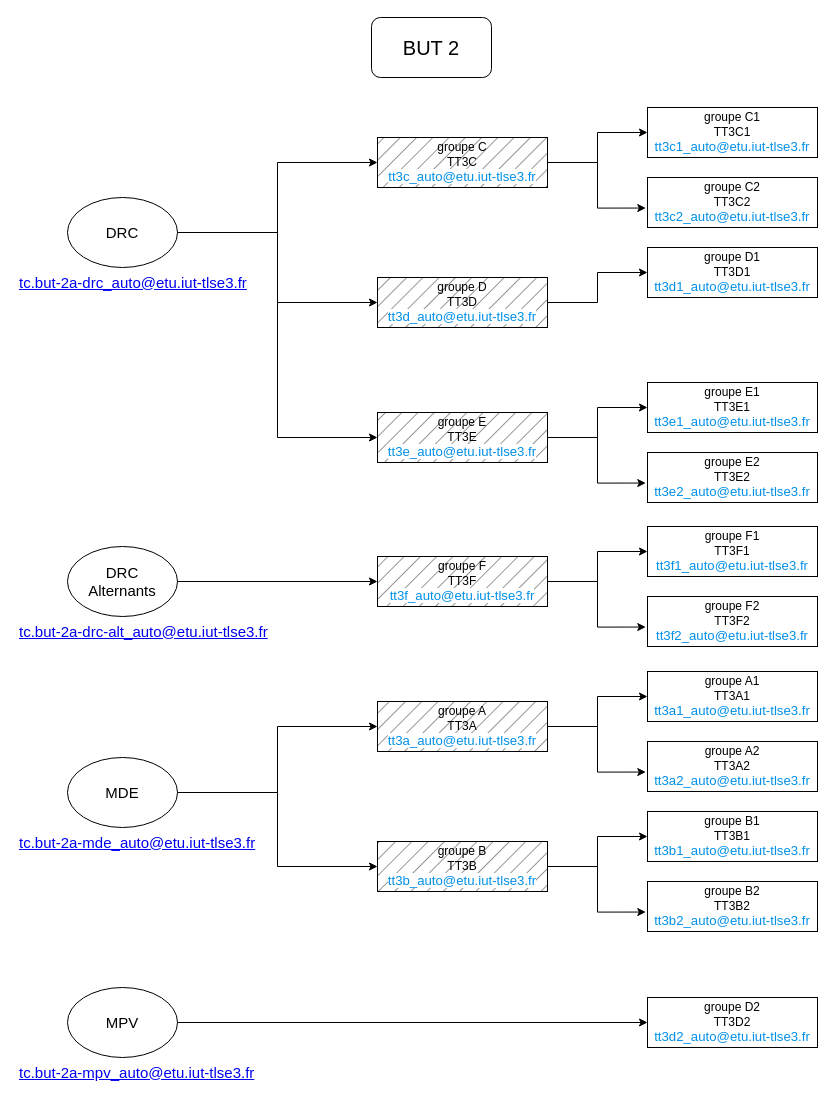
This is BUT2.drawio from gI7DUmmY/diagrams, a draw.io file, before an edit. Source tidied: cells renumbered, new cells numbered last; positions are measured from the earlier drawing's top-left corner, leaving out a move shared by most shapes. Both pictures are drawn from the tidied source at 100%, with x=0, y=0 at pixel (17, 17).
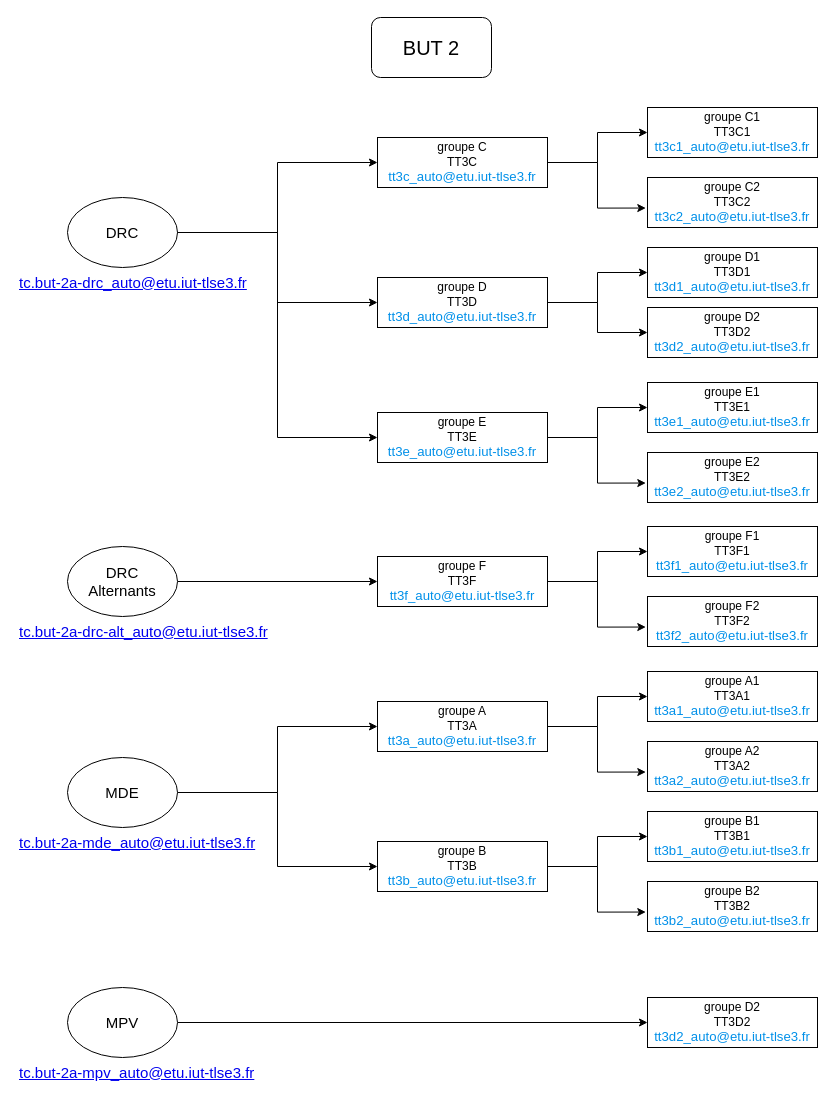
After the change.

Commit message:
Mettre à jour BUT2.drawio

Change to the diagram source:
```diff
@@
-    <mxCell id="15" value="groupe C&lt;br style=&quot;border-color: var(--border-color);&quot;&gt;TT3C&lt;br style=&quot;border-color: var(--border-color);&quot;&gt;&lt;a style=&quot;border: 0px; box-sizing: inherit; font-family: Raleway, sans-serif; font-size: 1.1em; background-color: rgb(255, 255, 255); line-height: inherit; color: rgb(0, 144, 233); text-decoration-line: none; cursor: pointer; margin: 0px; padding: 0px; text-size-adjust: 100%; font-variant-numeric: inherit; font-variant-east-asian: inherit; font-variant-alternates: inherit; font-variant-position: inherit; font-stretch: inherit; font-optical-sizing: inherit; font-kerning: inherit; font-feature-settings: inherit; font-variation-settings: inherit; vertical-align: baseline; transition: background-color 300ms ease-out 0s; -webkit-tap-highlight-color: rgba(0, 0, 0, 0); text-align: left;&quot; href=&quot;mailto:tt3c_auto@etu.iut-tlse3.fr&quot;&gt;tt3c_auto@etu.iut-tlse3.fr&lt;/a&gt;" style="rounded=0;whiteSpace=wrap;html=1;fillStyle=hatch;fillColor=#747474;" parent="1" vertex="1">
+    <mxCell id="15" value="groupe C&lt;br style=&quot;border-color: var(--border-color);&quot;&gt;TT3C&lt;br style=&quot;border-color: var(--border-color);&quot;&gt;&lt;a style=&quot;border: 0px; box-sizing: inherit; font-family: Raleway, sans-serif; font-size: 1.1em; background-color: rgb(255, 255, 255); line-height: inherit; color: rgb(0, 144, 233); text-decoration-line: none; cursor: pointer; margin: 0px; padding: 0px; text-size-adjust: 100%; font-variant-numeric: inherit; font-variant-east-asian: inherit; font-variant-alternates: inherit; font-variant-position: inherit; font-stretch: inherit; font-optical-sizing: inherit; font-kerning: inherit; font-feature-settings: inherit; font-variation-settings: inherit; vertical-align: baseline; transition: background-color 300ms ease-out 0s; -webkit-tap-highlight-color: rgba(0, 0, 0, 0); text-align: left;&quot; href=&quot;mailto:tt3c_auto@etu.iut-tlse3.fr&quot;&gt;tt3c_auto@etu.iut-tlse3.fr&lt;/a&gt;" style="rounded=0;whiteSpace=wrap;html=1;fillStyle=hatch;fillColor=none;" parent="1" vertex="1">
       <mxGeometry x="360" y="120" width="170" height="50" as="geometry" />
     </mxCell>
@@
+    <mxCell id="47" style="edgeStyle=orthogonalEdgeStyle;rounded=0;jettySize=auto;html=1;exitX=1;exitY=0.5;exitDx=0;exitDy=0;entryX=0;entryY=0.5;entryDx=0;entryDy=0;" parent="1" edge="1" source="20" target="48">
+      <mxGeometry relative="1" as="geometry" />
+    </mxCell>
-    <mxCell id="20" value="groupe D&lt;br style=&quot;border-color: var(--border-color);&quot;&gt;TT3D&lt;br style=&quot;border-color: var(--border-color);&quot;&gt;&lt;a style=&quot;border: 0px; box-sizing: inherit; font-family: Raleway, sans-serif; font-size: 1.1em; background-color: rgb(255, 255, 255); line-height: inherit; color: rgb(0, 144, 233); text-decoration-line: none; cursor: pointer; margin: 0px; padding: 0px; text-size-adjust: 100%; font-variant-numeric: inherit; font-variant-east-asian: inherit; font-variant-alternates: inherit; font-variant-position: inherit; font-stretch: inherit; font-optical-sizing: inherit; font-kerning: inherit; font-feature-settings: inherit; font-variation-settings: inherit; vertical-align: baseline; transition: background-color 300ms ease-out 0s; -webkit-tap-highlight-color: rgba(0, 0, 0, 0); text-align: left;&quot; href=&quot;mailto:tt3d_auto@etu.iut-tlse3.fr&quot;&gt;tt3d_auto@etu.iut-tlse3.fr&lt;/a&gt;" style="rounded=0;whiteSpace=wrap;html=1;fillStyle=hatch;fillColor=#747474;" parent="1" vertex="1">
+    <mxCell id="20" value="groupe D&lt;br style=&quot;border-color: var(--border-color);&quot;&gt;TT3D&lt;br style=&quot;border-color: var(--border-color);&quot;&gt;&lt;a style=&quot;border: 0px; box-sizing: inherit; font-family: Raleway, sans-serif; font-size: 1.1em; background-color: rgb(255, 255, 255); line-height: inherit; color: rgb(0, 144, 233); text-decoration-line: none; cursor: pointer; margin: 0px; padding: 0px; text-size-adjust: 100%; font-variant-numeric: inherit; font-variant-east-asian: inherit; font-variant-alternates: inherit; font-variant-position: inherit; font-stretch: inherit; font-optical-sizing: inherit; font-kerning: inherit; font-feature-settings: inherit; font-variation-settings: inherit; vertical-align: baseline; transition: background-color 300ms ease-out 0s; -webkit-tap-highlight-color: rgba(0, 0, 0, 0); text-align: left;&quot; href=&quot;mailto:tt3d_auto@etu.iut-tlse3.fr&quot;&gt;tt3d_auto@etu.iut-tlse3.fr&lt;/a&gt;" style="rounded=0;whiteSpace=wrap;html=1;fillStyle=hatch;fillColor=none;" parent="1" vertex="1">
       <mxGeometry x="360" y="260" width="170" height="50" as="geometry" />
     </mxCell>
@@
-    <mxCell id="24" value="groupe E&lt;br style=&quot;border-color: var(--border-color);&quot;&gt;TT3E&lt;br style=&quot;border-color: var(--border-color);&quot;&gt;&lt;a style=&quot;border: 0px; box-sizing: inherit; font-family: Raleway, sans-serif; font-size: 1.1em; background-color: rgb(255, 255, 255); line-height: inherit; color: rgb(0, 144, 233); text-decoration-line: none; cursor: pointer; margin: 0px; padding: 0px; text-size-adjust: 100%; font-variant-numeric: inherit; font-variant-east-asian: inherit; font-variant-alternates: inherit; font-variant-position: inherit; font-stretch: inherit; font-optical-sizing: inherit; font-kerning: inherit; font-feature-settings: inherit; font-variation-settings: inherit; vertical-align: baseline; transition: background-color 300ms ease-out 0s; -webkit-tap-highlight-color: rgba(0, 0, 0, 0); text-align: left;&quot; href=&quot;mailto:tt3e_auto@etu.iut-tlse3.fr&quot;&gt;tt3e_auto@etu.iut-tlse3.fr&lt;/a&gt;" style="rounded=0;whiteSpace=wrap;html=1;fillStyle=hatch;fillColor=#747474;" parent="1" vertex="1">
+    <mxCell id="24" value="groupe E&lt;br style=&quot;border-color: var(--border-color);&quot;&gt;TT3E&lt;br style=&quot;border-color: var(--border-color);&quot;&gt;&lt;a style=&quot;border: 0px; box-sizing: inherit; font-family: Raleway, sans-serif; font-size: 1.1em; background-color: rgb(255, 255, 255); line-height: inherit; color: rgb(0, 144, 233); text-decoration-line: none; cursor: pointer; margin: 0px; padding: 0px; text-size-adjust: 100%; font-variant-numeric: inherit; font-variant-east-asian: inherit; font-variant-alternates: inherit; font-variant-position: inherit; font-stretch: inherit; font-optical-sizing: inherit; font-kerning: inherit; font-feature-settings: inherit; font-variation-settings: inherit; vertical-align: baseline; transition: background-color 300ms ease-out 0s; -webkit-tap-highlight-color: rgba(0, 0, 0, 0); text-align: left;&quot; href=&quot;mailto:tt3e_auto@etu.iut-tlse3.fr&quot;&gt;tt3e_auto@etu.iut-tlse3.fr&lt;/a&gt;" style="rounded=0;whiteSpace=wrap;html=1;fillStyle=hatch;fillColor=none;" parent="1" vertex="1">
       <mxGeometry x="360" y="395" width="170" height="50" as="geometry" />
     </mxCell>
@@
-    <mxCell id="29" value="groupe F&lt;br style=&quot;border-color: var(--border-color);&quot;&gt;TT3F&lt;div&gt;&lt;a href=&quot;mailto:tt3f_auto@etu.iut-tlse3.fr&quot; style=&quot;border: 0px; box-sizing: inherit; font-family: Raleway, sans-serif; font-size: 1.1em; background-color: rgb(255, 255, 255); line-height: inherit; color: rgb(0, 144, 233); text-decoration-line: none; cursor: pointer; margin: 0px; padding: 0px; text-size-adjust: 100%; font-variant-numeric: inherit; font-variant-east-asian: inherit; font-variant-alternates: inherit; font-variant-position: inherit; font-stretch: inherit; font-optical-sizing: inherit; font-kerning: inherit; font-feature-settings: inherit; font-variation-settings: inherit; vertical-align: baseline; transition: background-color 300ms ease-out; -webkit-tap-highlight-color: rgba(0, 0, 0, 0); text-align: left;&quot;&gt;tt3f_auto@etu.iut-tlse3.fr&lt;/a&gt;&lt;/div&gt;" style="rounded=0;whiteSpace=wrap;html=1;fillStyle=hatch;fillColor=#747474;" parent="1" vertex="1">
+    <mxCell id="29" value="groupe F&lt;br style=&quot;border-color: var(--border-color);&quot;&gt;TT3F&lt;div&gt;&lt;a href=&quot;mailto:tt3f_auto@etu.iut-tlse3.fr&quot; style=&quot;border: 0px; box-sizing: inherit; font-family: Raleway, sans-serif; font-size: 1.1em; background-color: rgb(255, 255, 255); line-height: inherit; color: rgb(0, 144, 233); text-decoration-line: none; cursor: pointer; margin: 0px; padding: 0px; text-size-adjust: 100%; font-variant-numeric: inherit; font-variant-east-asian: inherit; font-variant-alternates: inherit; font-variant-position: inherit; font-stretch: inherit; font-optical-sizing: inherit; font-kerning: inherit; font-feature-settings: inherit; font-variation-settings: inherit; vertical-align: baseline; transition: background-color 300ms ease-out; -webkit-tap-highlight-color: rgba(0, 0, 0, 0); text-align: left;&quot;&gt;tt3f_auto@etu.iut-tlse3.fr&lt;/a&gt;&lt;/div&gt;" style="rounded=0;whiteSpace=wrap;html=1;fillStyle=hatch;fillColor=none;" parent="1" vertex="1">
       <mxGeometry x="360" y="539" width="170" height="50" as="geometry" />
     </mxCell>
@@
-    <mxCell id="34" value="groupe A&lt;br style=&quot;border-color: var(--border-color);&quot;&gt;TT3A&lt;br style=&quot;border-color: var(--border-color);&quot;&gt;&lt;a style=&quot;border: 0px; box-sizing: inherit; font-family: Raleway, sans-serif; font-size: 1.1em; background-color: rgb(255, 255, 255); line-height: inherit; color: rgb(0, 144, 233); text-decoration-line: none; cursor: pointer; margin: 0px; padding: 0px; text-size-adjust: 100%; font-variant-numeric: inherit; font-variant-east-asian: inherit; font-variant-alternates: inherit; font-variant-position: inherit; font-stretch: inherit; font-optical-sizing: inherit; font-kerning: inherit; font-feature-settings: inherit; font-variation-settings: inherit; vertical-align: baseline; transition: background-color 300ms ease-out 0s; -webkit-tap-highlight-color: rgba(0, 0, 0, 0); text-align: left;&quot; href=&quot;mailto:tt3a_auto@etu.iut-tlse3.fr&quot;&gt;tt3a_auto@etu.iut-tlse3.fr&lt;/a&gt;" style="rounded=0;whiteSpace=wrap;html=1;fillStyle=hatch;fillColor=#747474;" parent="1" vertex="1">
+    <mxCell id="34" value="groupe A&lt;br style=&quot;border-color: var(--border-color);&quot;&gt;TT3A&lt;br style=&quot;border-color: var(--border-color);&quot;&gt;&lt;a style=&quot;border: 0px; box-sizing: inherit; font-family: Raleway, sans-serif; font-size: 1.1em; background-color: rgb(255, 255, 255); line-height: inherit; color: rgb(0, 144, 233); text-decoration-line: none; cursor: pointer; margin: 0px; padding: 0px; text-size-adjust: 100%; font-variant-numeric: inherit; font-variant-east-asian: inherit; font-variant-alternates: inherit; font-variant-position: inherit; font-stretch: inherit; font-optical-sizing: inherit; font-kerning: inherit; font-feature-settings: inherit; font-variation-settings: inherit; vertical-align: baseline; transition: background-color 300ms ease-out 0s; -webkit-tap-highlight-color: rgba(0, 0, 0, 0); text-align: left;&quot; href=&quot;mailto:tt3a_auto@etu.iut-tlse3.fr&quot;&gt;tt3a_auto@etu.iut-tlse3.fr&lt;/a&gt;" style="rounded=0;whiteSpace=wrap;html=1;fillStyle=hatch;fillColor=none;" parent="1" vertex="1">
       <mxGeometry x="360" y="684" width="170" height="50" as="geometry" />
     </mxCell>
@@
-    <mxCell id="39" value="groupe B&lt;br style=&quot;border-color: var(--border-color);&quot;&gt;TT3B&lt;br style=&quot;border-color: var(--border-color);&quot;&gt;&lt;a style=&quot;border: 0px; box-sizing: inherit; font-family: Raleway, sans-serif; font-size: 1.1em; background-color: rgb(255, 255, 255); line-height: inherit; color: rgb(0, 144, 233); text-decoration-line: none; cursor: pointer; margin: 0px; padding: 0px; text-size-adjust: 100%; font-variant-numeric: inherit; font-variant-east-asian: inherit; font-variant-alternates: inherit; font-variant-position: inherit; font-stretch: inherit; font-optical-sizing: inherit; font-kerning: inherit; font-feature-settings: inherit; font-variation-settings: inherit; vertical-align: baseline; transition: background-color 300ms ease-out 0s; -webkit-tap-highlight-color: rgba(0, 0, 0, 0); text-align: left;&quot; href=&quot;mailto:tt3b_auto@etu.iut-tlse3.fr&quot;&gt;tt3b_auto@etu.iut-tlse3.fr&lt;/a&gt;" style="rounded=0;whiteSpace=wrap;html=1;fillStyle=hatch;fillColor=#747474;" parent="1" vertex="1">
+    <mxCell id="39" value="groupe B&lt;br style=&quot;border-color: var(--border-color);&quot;&gt;TT3B&lt;br style=&quot;border-color: var(--border-color);&quot;&gt;&lt;a style=&quot;border: 0px; box-sizing: inherit; font-family: Raleway, sans-serif; font-size: 1.1em; background-color: rgb(255, 255, 255); line-height: inherit; color: rgb(0, 144, 233); text-decoration-line: none; cursor: pointer; margin: 0px; padding: 0px; text-size-adjust: 100%; font-variant-numeric: inherit; font-variant-east-asian: inherit; font-variant-alternates: inherit; font-variant-position: inherit; font-stretch: inherit; font-optical-sizing: inherit; font-kerning: inherit; font-feature-settings: inherit; font-variation-settings: inherit; vertical-align: baseline; transition: background-color 300ms ease-out 0s; -webkit-tap-highlight-color: rgba(0, 0, 0, 0); text-align: left;&quot; href=&quot;mailto:tt3b_auto@etu.iut-tlse3.fr&quot;&gt;tt3b_auto@etu.iut-tlse3.fr&lt;/a&gt;" style="rounded=0;whiteSpace=wrap;html=1;fillStyle=hatch;fillColor=none;" parent="1" vertex="1">
       <mxGeometry x="360" y="824" width="170" height="50" as="geometry" />
     </mxCell>
@@
+    <mxCell id="48" value="groupe D2&lt;br style=&quot;border-color: var(--border-color);&quot;&gt;TT3D2&lt;br style=&quot;border-color: var(--border-color);&quot;&gt;&lt;a style=&quot;box-sizing: inherit; font-family: Raleway, sans-serif; font-size: 1.1em; background-color: rgb(255, 255, 255); line-height: inherit; color: rgb(0, 144, 233); text-decoration-line: none; cursor: pointer; margin: 0px; padding: 0px; border: 0px; text-size-adjust: 100%; font-variant-numeric: inherit; font-variant-east-asian: inherit; font-variant-alternates: inherit; font-variant-position: inherit; font-stretch: inherit; font-optical-sizing: inherit; font-kerning: inherit; font-feature-settings: inherit; font-variation-settings: inherit; vertical-align: baseline; transition: background-color 300ms ease-out 0s; -webkit-tap-highlight-color: rgba(0, 0, 0, 0); text-align: left;&quot; href=&quot;mailto:tt3d2_auto@etu.iut-tlse3.fr&quot;&gt;tt3d2_auto@etu.iut-tlse3.fr&lt;/a&gt;" style="rounded=0;whiteSpace=wrap;html=1;fillStyle=hatch;fillColor=none;" parent="1" vertex="1">
+      <mxGeometry x="630" y="290" width="170" height="50" as="geometry" />
+    </mxCell>
```
